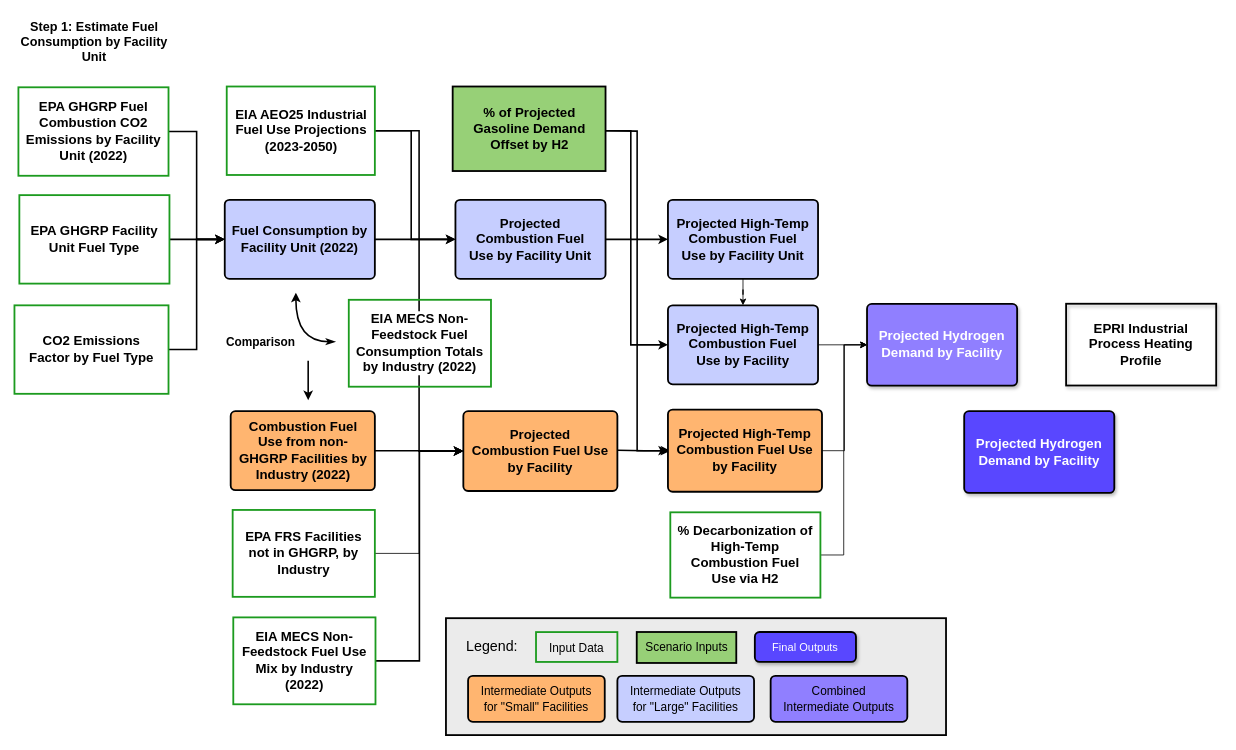
This is industry/industry_methodology.drawio from nkong1/wecc-h2-demand, a draw.io file, before an edit. Source tidied: cells renumbered, new cells numbered last; positions are measured from the earlier drawing's top-left corner, leaving out a move shared by most shapes. Both pictures are drawn from the tidied source at 79%, with x=0, y=0 at pixel (14, 13).
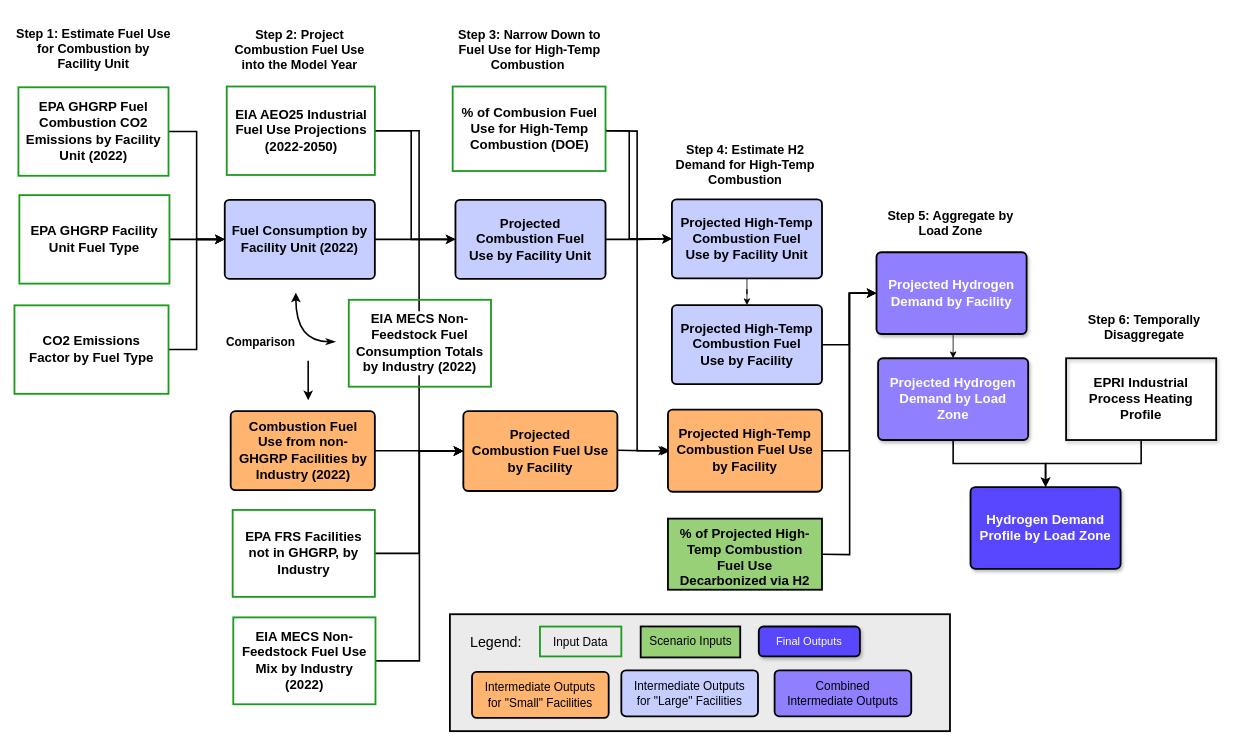
After the change.

Unchanged cells that the change refers to:
```xml
<mxCell id="16" value="EPA FRS Facilities not in GHGRP, by Industry" style="html=1;overflow=block;blockSpacing=1;whiteSpace=wrap;fontSize=16.8;fontStyle=1;align=center;spacing=9;strokeOpacity=100;fillOpacity=0;rounded=0;absoluteArcSize=1;arcSize=12;fillColor=#000000;strokeWidth=2.3;lucidId=Bf6ri0L1tkaB;strokeColor=light-dark(#1c9b1f, #ededed);" parent="1" vertex="1">
  <mxGeometry x="276" y="628" width="180" height="110" as="geometry" />
</mxCell>
<mxCell id="35" value="Projected Combustion Fuel Use by Facility" style="html=1;overflow=block;blockSpacing=1;whiteSpace=wrap;fontSize=16.8;fontStyle=1;align=center;spacing=9;strokeOpacity=100;fillOpacity=100;rounded=1;absoluteArcSize=1;arcSize=12;fillColor=#FFB570;strokeWidth=2.3;lucidId=~h6rGYWSRmal;" parent="1" vertex="1">
  <mxGeometry x="568" y="503" width="195" height="101" as="geometry" />
</mxCell>
<mxCell id="37" value="Projected High-Temp Combustion Fuel Use by Facility" style="html=1;overflow=block;blockSpacing=1;whiteSpace=wrap;fontSize=16.8;fontStyle=1;align=center;spacing=9;strokeOpacity=100;fillOpacity=100;rounded=1;absoluteArcSize=1;arcSize=12;fillColor=#FFB570;strokeWidth=2.3;lucidId=~h6rGYWSRmal;" parent="1" vertex="1">
  <mxGeometry x="827" y="501" width="195" height="104" as="geometry" />
</mxCell>
```

The edit, as a diff of the source:
```diff
@@
-    <mxCell id="6" value="&lt;span style=&quot;color: rgb(0, 0, 0); font-family: Helvetica; font-style: normal; font-variant-ligatures: normal; font-variant-caps: normal; letter-spacing: normal; orphans: 2; text-indent: 0px; text-transform: none; widows: 2; word-spacing: 0px; -webkit-text-stroke-width: 0px; white-space: normal; text-decoration-thickness: initial; text-decoration-style: initial; text-decoration-color: initial; float: none; display: inline !important;&quot;&gt;&lt;font style=&quot;font-size: 16px;&quot;&gt;&lt;b&gt;Step 1: Estimate Fuel Consumption by Facility Unit&lt;/b&gt;&lt;/font&gt;&lt;/span&gt;" style="text;whiteSpace=wrap;html=1;align=center;fontStyle=0;" parent="1" vertex="1">
-      <mxGeometry x="2.2" width="197.5" height="70" as="geometry" />
+    <mxCell id="6" value="&lt;span style=&quot;color: rgb(0, 0, 0); font-family: Helvetica; font-style: normal; font-variant-ligatures: normal; font-variant-caps: normal; letter-spacing: normal; orphans: 2; text-indent: 0px; text-transform: none; widows: 2; word-spacing: 0px; -webkit-text-stroke-width: 0px; white-space: normal; text-decoration-thickness: initial; text-decoration-style: initial; text-decoration-color: initial; float: none; display: inline !important;&quot;&gt;&lt;font style=&quot;font-size: 16px;&quot;&gt;&lt;b&gt;Step 1: Estimate Fuel Use for Combustion by Facility Unit&lt;/b&gt;&lt;/font&gt;&lt;/span&gt;" style="text;whiteSpace=wrap;html=1;align=center;fontStyle=0;" parent="1" vertex="1">
+      <mxGeometry x="1" y="9" width="197.5" height="70" as="geometry" />
     </mxCell>
@@
-    <mxCell id="9" value="EIA AEO25 Industrial Fuel Use Projections (2023-2050)" style="html=1;overflow=block;blockSpacing=1;whiteSpace=wrap;fontSize=16.8;fontStyle=1;align=center;spacing=9;strokeOpacity=100;fillOpacity=0;rounded=0;absoluteArcSize=1;arcSize=12;strokeWidth=2.3;lucidId=Ra_jEc_tzvwS;fillStyle=solid;strokeColor=light-dark(#1c9b1f, #ededed);" parent="1" vertex="1">
+    <mxCell id="9" value="EIA AEO25 Industrial Fuel Use Projections (2022-2050)" style="html=1;overflow=block;blockSpacing=1;whiteSpace=wrap;fontSize=16.8;fontStyle=1;align=center;spacing=9;strokeOpacity=100;fillOpacity=0;rounded=0;absoluteArcSize=1;arcSize=12;strokeWidth=2.3;lucidId=Ra_jEc_tzvwS;fillStyle=solid;strokeColor=light-dark(#1C9B1F,#EDEDED);" parent="1" vertex="1">
       <mxGeometry x="268.5" y="92" width="187.5" height="112" as="geometry" />
     </mxCell>
@@
-    <mxCell id="11" style="edgeStyle=orthogonalEdgeStyle;rounded=0;jettySize=auto;html=1;entryX=0;entryY=0.5;entryDx=0;entryDy=0;strokeWidth=2;" parent="1" edge="1" target="31">
-      <mxGeometry relative="1" as="geometry">
-        <mxPoint x="748" y="148" as="sourcePoint" />
-        <Array as="points">
-          <mxPoint x="780" y="148" />
-          <mxPoint x="780" y="419" />
-        </Array>
-      </mxGeometry>
-    </mxCell>
@@
-    <mxCell id="15" style="edgeStyle=orthogonalEdgeStyle;rounded=0;jettySize=auto;html=1;entryX=0;entryY=0.5;entryDx=0;entryDy=0;" parent="1" edge="1" source="16" target="35">
+    <mxCell id="15" style="edgeStyle=orthogonalEdgeStyle;rounded=0;jettySize=auto;html=1;entryX=0;entryY=0.5;entryDx=0;entryDy=0;strokeWidth=2;" parent="1" edge="1" source="16" target="35">
       <mxGeometry relative="1" as="geometry" />
     </mxCell>
@@
-    <mxCell id="20" style="edgeStyle=orthogonalEdgeStyle;rounded=0;jettySize=auto;html=1;entryX=0;entryY=0.5;entryDx=0;entryDy=0;" parent="1" edge="1" source="21" target="38">
-      <mxGeometry relative="1" as="geometry" />
+    <mxCell id="20" style="edgeStyle=orthogonalEdgeStyle;rounded=0;jettySize=auto;html=1;entryX=0;entryY=0.5;entryDx=0;entryDy=0;strokeWidth=2;" parent="1" edge="1" target="38">
+      <mxGeometry relative="1" as="geometry">
+        <mxPoint x="1022" y="684" as="sourcePoint" />
+      </mxGeometry>
     </mxCell>
-    <mxCell id="21" value="% Decarbonization of High-Temp Combustion Fuel Use via H2" style="html=1;overflow=block;blockSpacing=1;whiteSpace=wrap;fontSize=16.8;fontStyle=1;align=center;spacing=9;strokeOpacity=100;fillOpacity=0;rounded=0;absoluteArcSize=1;arcSize=12;fillColor=#000000;strokeWidth=2.3;lucidId=Bf6ri0L1tkaB;strokeColor=light-dark(#1c9b1f, #ededed);" parent="1" vertex="1">
-      <mxGeometry x="830" y="631" width="190" height="108" as="geometry" />
-    </mxCell>
@@
     <mxCell id="29" value="Projected High-Temp Combustion Fuel Use by Facility Unit" style="html=1;overflow=block;blockSpacing=1;whiteSpace=wrap;fontSize=16.8;fontStyle=1;align=center;spacing=9;strokeOpacity=100;fillOpacity=100;rounded=1;absoluteArcSize=1;arcSize=12;fillColor=#C6CEFF;strokeWidth=2.3;lucidId=~h6rGYWSRmal;" parent="1" vertex="1">
-      <mxGeometry x="827" y="235.5" width="190" height="100" as="geometry" />
+      <mxGeometry x="832" y="234.8" width="190" height="100" as="geometry" />
     </mxCell>
-    <mxCell id="30" style="edgeStyle=orthogonalEdgeStyle;rounded=0;jettySize=auto;html=1;exitX=1;exitY=0.5;exitDx=0;exitDy=0;entryX=0;entryY=0.5;entryDx=0;entryDy=0;" parent="1" edge="1" source="31" target="38">
+    <mxCell id="30" style="edgeStyle=orthogonalEdgeStyle;rounded=0;jettySize=auto;html=1;exitX=1;exitY=0.5;exitDx=0;exitDy=0;entryX=0;entryY=0.5;entryDx=0;entryDy=0;strokeWidth=2;" parent="1" edge="1" source="31" target="38">
       <mxGeometry relative="1" as="geometry" />
     </mxCell>
     <mxCell id="31" value="Projected High-Temp Combustion Fuel Use by Facility" style="html=1;overflow=block;blockSpacing=1;whiteSpace=wrap;fontSize=16.8;fontStyle=1;align=center;spacing=9;strokeOpacity=100;fillOpacity=100;rounded=1;absoluteArcSize=1;arcSize=12;fillColor=#C6CEFF;strokeWidth=2.3;lucidId=~h6rGYWSRmal;" parent="1" vertex="1">
-      <mxGeometry x="827" y="369" width="190" height="100" as="geometry" />
+      <mxGeometry x="832" y="368.8" width="190" height="100" as="geometry" />
     </mxCell>
@@
-    <mxCell id="36" style="edgeStyle=orthogonalEdgeStyle;rounded=0;jettySize=auto;html=1;entryX=0;entryY=0.5;entryDx=0;entryDy=0;" parent="1" edge="1" source="37" target="38">
+    <mxCell id="36" style="edgeStyle=orthogonalEdgeStyle;rounded=0;jettySize=auto;html=1;entryX=0;entryY=0.5;entryDx=0;entryDy=0;strokeWidth=2;" parent="1" edge="1" source="37" target="38">
       <mxGeometry relative="1" as="geometry" />
     </mxCell>
@@
+    <mxCell id="50" style="edgeStyle=orthogonalEdgeStyle;rounded=0;jettySize=auto;html=1;exitX=0.5;exitY=1;exitDx=0;exitDy=0;entryX=0.5;entryY=0;entryDx=0;entryDy=0;" parent="1" edge="1" source="38" target="54">
+      <mxGeometry relative="1" as="geometry" />
+    </mxCell>
     <mxCell id="38" value="&lt;span&gt;&lt;font style=&quot;color: rgb(255, 255, 255);&quot;&gt;Projected Hydrogen Demand by Facility&lt;/font&gt;&lt;/span&gt;" style="html=1;overflow=block;blockSpacing=1;whiteSpace=wrap;fontSize=16.8;fontStyle=1;align=center;spacing=9;strokeOpacity=100;fillOpacity=100;rounded=1;absoluteArcSize=1;arcSize=12;strokeWidth=2.3;lucidId=Qf_jCI67Q3wd;shadow=1;fillColor=#907FFF;fontColor=#ffffff;strokeColor=#000000;" parent="1" vertex="1">
-      <mxGeometry x="1079" y="367.2" width="190" height="103.5" as="geometry" />
+      <mxGeometry x="1091" y="301.8" width="190" height="103.5" as="geometry" />
     </mxCell>
     <mxCell id="39" style="html=1;overflow=block;blockSpacing=1;whiteSpace=wrap;fontSize=16.8;fontStyle=1;align=center;spacing=9;strokeOpacity=100;fillOpacity=100;rounded=0;absoluteArcSize=1;arcSize=12;strokeWidth=2.3;lucidId=vB_j5El_Hg4W;fillColor=#EBEBEB;" parent="1" vertex="1">
-      <mxGeometry x="546" y="765" width="633" height="148" as="geometry" />
+      <mxGeometry x="551" y="760" width="633" height="148" as="geometry" />
     </mxCell>
     <mxCell id="40" value="&lt;font style=&quot;font-size: 18px;&quot;&gt;Legend:&lt;/font&gt;" style="text;whiteSpace=wrap;html=1;" parent="1" vertex="1">
-      <mxGeometry x="570" y="783.8" width="250" height="40" as="geometry" />
+      <mxGeometry x="575" y="778.8" width="250" height="40" as="geometry" />
     </mxCell>
     <mxCell id="41" value="&lt;font style=&quot;font-size: 15px; font-weight: normal;&quot;&gt;Input Data&lt;/font&gt;" style="html=1;overflow=block;blockSpacing=1;whiteSpace=wrap;fontSize=16.7;fontStyle=1;align=center;spacing=9;strokeOpacity=100;fillOpacity=0;rounded=0;absoluteArcSize=1;arcSize=12;fillColor=#000000;strokeWidth=2.3;lucidId=k7AmEFViBjR.;strokeColor=#1C9B1F;" parent="1" vertex="1">
-      <mxGeometry x="660" y="782.6" width="103" height="37.8" as="geometry" />
+      <mxGeometry x="665" y="775.6" width="103" height="37.8" as="geometry" />
     </mxCell>
     <mxCell id="42" value="&lt;font style=&quot;font-size: 15px; font-weight: normal;&quot;&gt;Intermediate Outputs for &quot;Large&quot; Facilities&lt;/font&gt;" style="html=1;overflow=block;blockSpacing=1;whiteSpace=wrap;fontSize=16.8;fontStyle=1;align=center;spacing=9;strokeOpacity=100;fillOpacity=100;rounded=1;absoluteArcSize=1;arcSize=12;fillColor=#C6CEFF;strokeWidth=2.3;lucidId=Qf_jCI67Q3wd;" parent="1" vertex="1">
-      <mxGeometry x="763" y="838" width="173" height="58.2" as="geometry" />
+      <mxGeometry x="768" y="831" width="173" height="58.2" as="geometry" />
     </mxCell>
     <mxCell id="43" value="&lt;font style=&quot;font-size: 14px; font-weight: normal;&quot;&gt;Final Outputs&lt;/font&gt;" style="html=1;overflow=block;blockSpacing=1;whiteSpace=wrap;fontSize=16.8;fontStyle=1;align=center;spacing=9;strokeOpacity=100;fillOpacity=100;rounded=1;absoluteArcSize=1;arcSize=12;strokeWidth=2.3;lucidId=Qf_jCI67Q3wd;shadow=1;fillColor=#5947FF;fontColor=#ffffff;strokeColor=#000000;" parent="1" vertex="1">
-      <mxGeometry x="937" y="782.5" width="128" height="37.9" as="geometry" />
+      <mxGeometry x="942" y="775.5" width="128" height="37.9" as="geometry" />
     </mxCell>
     <mxCell id="44" value="&lt;span style=&quot;font-weight: normal;&quot;&gt;&lt;font style=&quot;font-size: 15px;&quot;&gt;Scenario Inputs&lt;/font&gt;&lt;/span&gt;" style="html=1;overflow=block;blockSpacing=1;whiteSpace=wrap;fontSize=16.8;fontStyle=1;align=center;spacing=9;strokeOpacity=100;fillOpacity=100;rounded=0;absoluteArcSize=1;arcSize=12;fillColor=#97D077;strokeWidth=2.3;lucidId=0c_j3FTjjWoH;" parent="1" vertex="1">
-      <mxGeometry x="787.5" y="782.5" width="126" height="39.2" as="geometry" />
+      <mxGeometry x="792.5" y="775.5" width="126" height="39.2" as="geometry" />
     </mxCell>
     <mxCell id="45" value="&lt;font style=&quot;font-size: 15px; font-weight: normal;&quot;&gt;Intermediate Outputs for &quot;Small&quot; Facilities&lt;/font&gt;" style="html=1;overflow=block;blockSpacing=1;whiteSpace=wrap;fontSize=16.8;fontStyle=1;align=center;spacing=9;strokeOpacity=100;fillOpacity=100;rounded=1;absoluteArcSize=1;arcSize=12;fillColor=#FFB570;strokeWidth=2.3;lucidId=Qf_jCI67Q3wd;" parent="1" vertex="1">
-      <mxGeometry x="574" y="838" width="173" height="58.2" as="geometry" />
+      <mxGeometry x="579" y="833" width="173" height="58.2" as="geometry" />
     </mxCell>
     <mxCell id="46" value="&lt;font style=&quot;font-size: 15px; font-weight: normal;&quot;&gt;Combined Intermediate Outputs&lt;/font&gt;" style="html=1;overflow=block;blockSpacing=1;whiteSpace=wrap;fontSize=16.8;fontStyle=1;align=center;spacing=9;strokeOpacity=100;fillOpacity=100;rounded=1;absoluteArcSize=1;arcSize=12;fillColor=#907FFF;strokeWidth=2.3;lucidId=Qf_jCI67Q3wd;" parent="1" vertex="1">
-      <mxGeometry x="957" y="838" width="173" height="58.2" as="geometry" />
+      <mxGeometry x="962" y="831" width="173" height="58.2" as="geometry" />
     </mxCell>
+    <mxCell id="51" style="edgeStyle=orthogonalEdgeStyle;rounded=0;jettySize=auto;html=1;exitX=1;exitY=0.5;exitDx=0;exitDy=0;entryX=0;entryY=0.5;entryDx=0;entryDy=0;strokeWidth=2;" parent="1" edge="1" source="47" target="29">
+      <mxGeometry relative="1" as="geometry">
+        <Array as="points">
+          <mxPoint x="748" y="148" />
+          <mxPoint x="778" y="148" />
+          <mxPoint x="778" y="285" />
+        </Array>
+      </mxGeometry>
+    </mxCell>
-    <mxCell id="47" value="% of Projected Gasoline Demand Offset by H2" style="html=1;overflow=block;blockSpacing=1;whiteSpace=wrap;fontSize=16.8;fontStyle=1;align=center;spacing=9;strokeOpacity=100;fillOpacity=100;rounded=0;absoluteArcSize=1;arcSize=12;fillColor=#97D077;strokeWidth=2.3;lucidId=0c_j3FTjjWoH;" parent="1" vertex="1">
+    <mxCell id="47" value="% of Combusion Fuel Use for High-Temp Combustion (DOE)" style="html=1;overflow=block;blockSpacing=1;whiteSpace=wrap;fontSize=16.8;fontStyle=1;align=center;spacing=9;strokeOpacity=100;fillOpacity=100;rounded=0;absoluteArcSize=1;arcSize=12;fillColor=default;strokeWidth=2.3;lucidId=0c_j3FTjjWoH;strokeColor=#1C9B1F;" parent="1" vertex="1">
       <mxGeometry x="554.5" y="92" width="193.5" height="107" as="geometry" />
     </mxCell>
+    <mxCell id="52" style="edgeStyle=orthogonalEdgeStyle;rounded=0;jettySize=auto;html=1;exitX=0.5;exitY=1;exitDx=0;exitDy=0;entryX=0.5;entryY=0;entryDx=0;entryDy=0;strokeWidth=2;" parent="1" edge="1" source="48" target="49">
+      <mxGeometry relative="1" as="geometry" />
+    </mxCell>
     <mxCell id="48" value="&lt;span&gt;&lt;font style=&quot;&quot;&gt;EPRI Industrial Process Heating Profile&lt;/font&gt;&lt;/span&gt;" style="html=1;overflow=block;blockSpacing=1;whiteSpace=wrap;fontSize=16.8;fontStyle=1;align=center;spacing=9;strokeOpacity=100;fillOpacity=100;rounded=0;absoluteArcSize=1;arcSize=12;strokeWidth=2.3;lucidId=Qf_jCI67Q3wd;shadow=1;fillColor=none;fontColor=#000000;strokeColor=#000000;" parent="1" vertex="1">
-      <mxGeometry x="1331" y="367" width="190" height="103.5" as="geometry" />
+      <mxGeometry x="1331" y="436" width="190" height="103.5" as="geometry" />
     </mxCell>
-    <mxCell id="49" value="&lt;span&gt;&lt;font style=&quot;color: rgb(255, 255, 255);&quot;&gt;Projected Hydrogen Demand by Facility&lt;/font&gt;&lt;/span&gt;" style="html=1;overflow=block;blockSpacing=1;whiteSpace=wrap;fontSize=16.8;fontStyle=1;align=center;spacing=9;strokeOpacity=100;fillOpacity=100;rounded=1;absoluteArcSize=1;arcSize=12;strokeWidth=2.3;lucidId=Qf_jCI67Q3wd;shadow=1;fillColor=#5947FF;fontColor=#ffffff;strokeColor=#000000;" parent="1" vertex="1">
-      <mxGeometry x="1202" y="503" width="190" height="103.5" as="geometry" />
+    <mxCell id="49" value="&lt;span&gt;&lt;font style=&quot;color: rgb(255, 255, 255);&quot;&gt;Hydrogen Demand Profile by Load Zone&lt;/font&gt;&lt;/span&gt;" style="html=1;overflow=block;blockSpacing=1;whiteSpace=wrap;fontSize=16.8;fontStyle=1;align=center;spacing=9;strokeOpacity=100;fillOpacity=100;rounded=1;absoluteArcSize=1;arcSize=12;strokeWidth=2.3;lucidId=Qf_jCI67Q3wd;shadow=1;fillColor=#5947FF;fontColor=#ffffff;strokeColor=#000000;" parent="1" vertex="1">
+      <mxGeometry x="1210" y="599" width="190" height="103.5" as="geometry" />
     </mxCell>
+    <mxCell id="53" style="edgeStyle=orthogonalEdgeStyle;rounded=0;jettySize=auto;html=1;exitX=0.5;exitY=1;exitDx=0;exitDy=0;entryX=0.5;entryY=0;entryDx=0;entryDy=0;strokeWidth=2;" parent="1" edge="1" source="54" target="49">
+      <mxGeometry relative="1" as="geometry" />
+    </mxCell>
+    <mxCell id="54" value="&lt;span&gt;&lt;font style=&quot;color: rgb(255, 255, 255);&quot;&gt;Projected Hydrogen Demand by Load Zone&lt;/font&gt;&lt;/span&gt;" style="html=1;overflow=block;blockSpacing=1;whiteSpace=wrap;fontSize=16.8;fontStyle=1;align=center;spacing=9;strokeOpacity=100;fillOpacity=100;rounded=1;absoluteArcSize=1;arcSize=12;strokeWidth=2.3;lucidId=Qf_jCI67Q3wd;shadow=1;fillColor=#907FFF;fontColor=#ffffff;strokeColor=#000000;" parent="1" vertex="1">
+      <mxGeometry x="1093" y="436" width="190" height="103.5" as="geometry" />
+    </mxCell>
+    <mxCell id="55" value="% of Projected High-Temp Combustion Fuel Use Decarbonized via H2" style="html=1;overflow=block;blockSpacing=1;whiteSpace=wrap;fontSize=16.8;fontStyle=1;align=center;spacing=9;strokeOpacity=100;fillOpacity=100;rounded=0;absoluteArcSize=1;arcSize=12;fillColor=#97D077;strokeWidth=2.3;lucidId=0c_j3FTjjWoH;" parent="1" vertex="1">
+      <mxGeometry x="827" y="639" width="195" height="90" as="geometry" />
+    </mxCell>
+    <mxCell id="56" value="&lt;span style=&quot;color: rgb(0, 0, 0); font-family: Helvetica; font-style: normal; font-variant-ligatures: normal; font-variant-caps: normal; letter-spacing: normal; orphans: 2; text-indent: 0px; text-transform: none; widows: 2; word-spacing: 0px; -webkit-text-stroke-width: 0px; white-space: normal; text-decoration-thickness: initial; text-decoration-style: initial; text-decoration-color: initial; float: none; display: inline !important;&quot;&gt;&lt;font style=&quot;font-size: 16px;&quot;&gt;&lt;b&gt;Step 2: Project Combustion Fuel Use into the Model Year&lt;/b&gt;&lt;/font&gt;&lt;/span&gt;" style="text;whiteSpace=wrap;html=1;align=center;fontStyle=0;" parent="1" vertex="1">
+      <mxGeometry x="262.2" y="10" width="197.5" height="70" as="geometry" />
+    </mxCell>
+    <mxCell id="57" value="&lt;span style=&quot;color: rgb(0, 0, 0); font-family: Helvetica; font-style: normal; font-variant-ligatures: normal; font-variant-caps: normal; letter-spacing: normal; orphans: 2; text-indent: 0px; text-transform: none; widows: 2; word-spacing: 0px; -webkit-text-stroke-width: 0px; white-space: normal; text-decoration-thickness: initial; text-decoration-style: initial; text-decoration-color: initial; float: none; display: inline !important;&quot;&gt;&lt;font style=&quot;font-size: 16px;&quot;&gt;&lt;b&gt;Step 3: Narrow Down to Fuel Use for High-Temp Combustion&amp;nbsp;&lt;/b&gt;&lt;/font&gt;&lt;/span&gt;" style="text;whiteSpace=wrap;html=1;align=center;fontStyle=0;" parent="1" vertex="1">
+      <mxGeometry x="552.5" y="10" width="197.5" height="70" as="geometry" />
+    </mxCell>
+    <mxCell id="58" value="&lt;span style=&quot;color: rgb(0, 0, 0); font-family: Helvetica; font-style: normal; font-variant-ligatures: normal; font-variant-caps: normal; letter-spacing: normal; orphans: 2; text-indent: 0px; text-transform: none; widows: 2; word-spacing: 0px; -webkit-text-stroke-width: 0px; white-space: normal; text-decoration-thickness: initial; text-decoration-style: initial; text-decoration-color: initial; float: none; display: inline !important;&quot;&gt;&lt;font style=&quot;font-size: 16px;&quot;&gt;&lt;b&gt;Step 4: Estimate H2 Demand for High-Temp Combustion&lt;/b&gt;&lt;/font&gt;&lt;/span&gt;" style="text;whiteSpace=wrap;html=1;align=center;fontStyle=0;" parent="1" vertex="1">
+      <mxGeometry x="825.8" y="155.8" width="197.5" height="70" as="geometry" />
+    </mxCell>
+    <mxCell id="59" value="&lt;span style=&quot;color: rgb(0, 0, 0); font-family: Helvetica; font-style: normal; font-variant-ligatures: normal; font-variant-caps: normal; letter-spacing: normal; orphans: 2; text-indent: 0px; text-transform: none; widows: 2; word-spacing: 0px; -webkit-text-stroke-width: 0px; white-space: normal; text-decoration-thickness: initial; text-decoration-style: initial; text-decoration-color: initial; float: none; display: inline !important;&quot;&gt;&lt;font style=&quot;font-size: 16px;&quot;&gt;&lt;b&gt;Step 5: Aggregate by Load Zone&lt;/b&gt;&lt;/font&gt;&lt;/span&gt;" style="text;whiteSpace=wrap;html=1;align=center;fontStyle=0;" parent="1" vertex="1">
+      <mxGeometry x="1085.5" y="238.8" width="197.5" height="70" as="geometry" />
+    </mxCell>
+    <mxCell id="60" value="&lt;span style=&quot;color: rgb(0, 0, 0); font-family: Helvetica; font-style: normal; font-variant-ligatures: normal; font-variant-caps: normal; letter-spacing: normal; orphans: 2; text-indent: 0px; text-transform: none; widows: 2; word-spacing: 0px; -webkit-text-stroke-width: 0px; white-space: normal; text-decoration-thickness: initial; text-decoration-style: initial; text-decoration-color: initial; float: none; display: inline !important;&quot;&gt;&lt;font style=&quot;font-size: 16px;&quot;&gt;&lt;b&gt;Step 6: Temporally Disaggregate&lt;/b&gt;&lt;/font&gt;&lt;/span&gt;" style="text;whiteSpace=wrap;html=1;align=center;fontStyle=0;" parent="1" vertex="1">
+      <mxGeometry x="1331" y="371" width="197.5" height="70" as="geometry" />
+    </mxCell>
```
